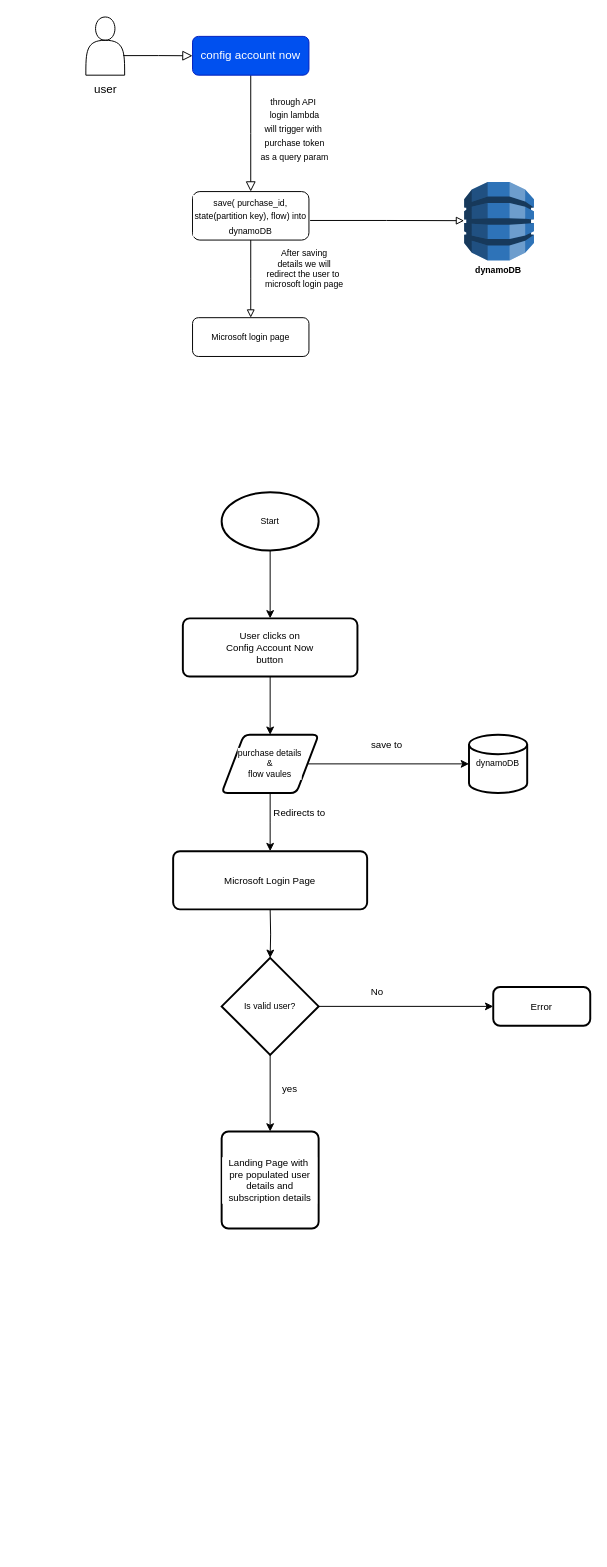
AmudalaGirish/github_to_lambda keeps this draw.io diagram as Untitled Diagram.drawio. Above is the earlier version. Source tidied: cells renumbered, new cells numbered last; positions are measured from the earlier drawing's top-left corner, leaving out a move shared by most shapes. Both pictures are drawn from the tidied source at 97%, with x=0, y=0 at pixel (81, 16).
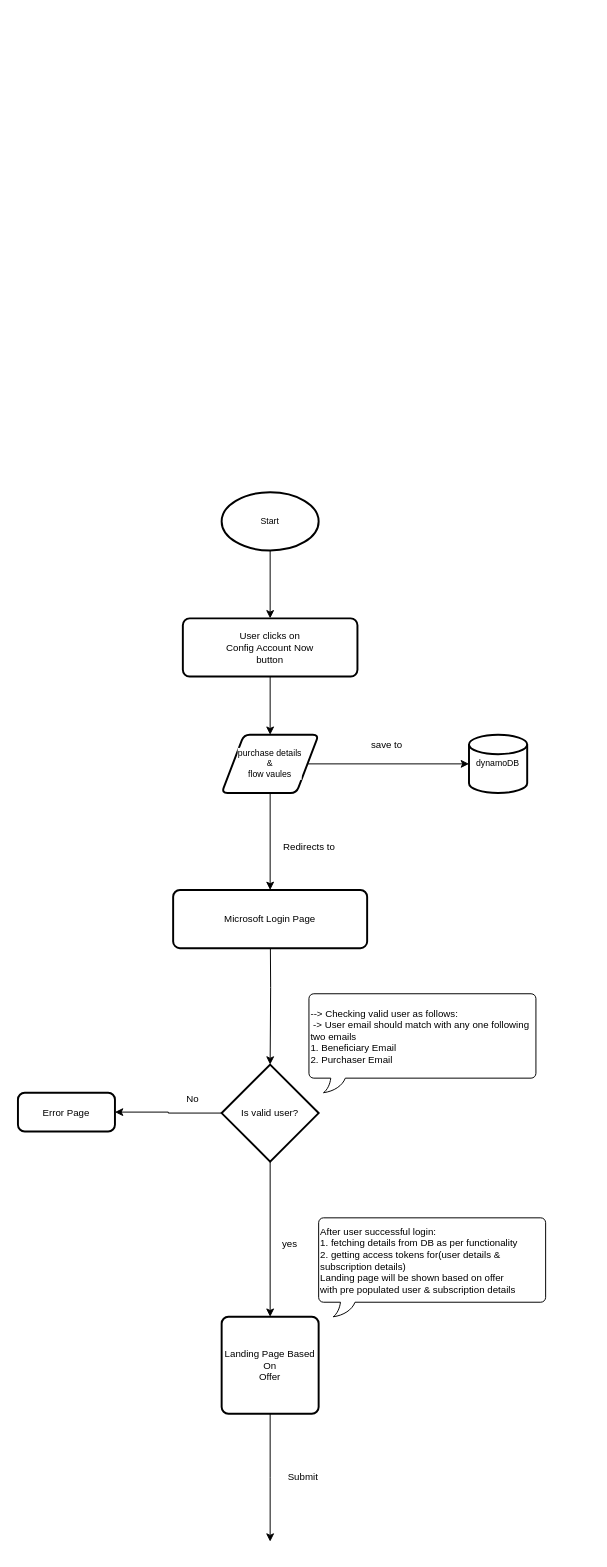
The same diagram, later.

The change refers to these unchanged cells:
```xml
<mxCell id="19" value="purchase details&lt;br&gt;&amp;amp;&lt;br&gt;flow vaules" style="shape=parallelogram;html=1;strokeWidth=2;perimeter=parallelogramPerimeter;whiteSpace=wrap;rounded=1;arcSize=12;size=0.23;labelBackgroundColor=#FFFFFF;fontSize=9;" parent="1" vertex="1">
  <mxGeometry x="145" y="740" width="100" height="60" as="geometry" />
</mxCell>
```

The edit, as a diff of the source:
```diff
@@
-    <mxCell id="2" style="rounded=0;html=1;jettySize=auto;fontSize=11;endArrow=block;endFill=0;endSize=8;strokeWidth=1;shadow=0;labelBackgroundColor=none;edgeStyle=orthogonalEdgeStyle;" parent="1" edge="1" source="3">
-      <mxGeometry relative="1" as="geometry">
-        <mxPoint x="175" y="180" as="targetPoint" />
-      </mxGeometry>
-    </mxCell>
-    <mxCell id="3" value="config account now" style="rounded=1;whiteSpace=wrap;html=1;fontSize=12;glass=0;strokeWidth=1;shadow=0;fillColor=#0050ef;strokeColor=#001DBC;fontColor=#ffffff;" parent="1" vertex="1">
-      <mxGeometry x="115" y="20" width="120" height="40" as="geometry" />
-    </mxCell>
-    <mxCell id="4" value="&lt;font style=&quot;font-size: 9px;&quot;&gt;through API&amp;nbsp;&lt;br&gt;login lambda&lt;br&gt;will trigger with&amp;nbsp;&lt;br&gt;purchase token&lt;br&gt;as a query param&lt;/font&gt;" style="text;html=1;align=center;verticalAlign=middle;strokeColor=none;fillColor=none;" parent="1" vertex="1">
-      <mxGeometry x="175" y="70" width="90" height="90" as="geometry" />
-    </mxCell>
-    <mxCell id="5" style="shape=actor;whiteSpace=wrap;html=1;labelBackgroundColor=#3333FF;" parent="1" vertex="1">
-      <mxGeometry x="5" width="40" height="60" as="geometry" />
-    </mxCell>
-    <mxCell id="6" value="user" style="text;html=1;align=center;verticalAlign=middle;strokeColor=none;fillColor=none;" parent="1" vertex="1">
-      <mxGeometry y="60" width="50" height="30" as="geometry" />
-    </mxCell>
-    <mxCell id="7" style="rounded=0;html=1;jettySize=auto;fontSize=11;endArrow=block;endFill=0;endSize=8;strokeWidth=1;shadow=0;labelBackgroundColor=none;edgeStyle=orthogonalEdgeStyle;exitX=0.964;exitY=0.664;exitDx=0;exitDy=0;exitPerimeter=0;" parent="1" edge="1" source="5">
-      <mxGeometry relative="1" as="geometry">
-        <mxPoint x="115" y="40" as="targetPoint" />
-      </mxGeometry>
-    </mxCell>
-    <mxCell id="8" value="&lt;font style=&quot;font-size: 9px;&quot;&gt;save( purchase_id, state(partition key), flow) into dynamoDB&lt;/font&gt;" style="rounded=1;whiteSpace=wrap;html=1;labelBackgroundColor=#FFFFFF;" parent="1" vertex="1">
-      <mxGeometry x="115" y="180" width="120" height="50" as="geometry" />
-    </mxCell>
-    <mxCell id="9" style="rounded=0;html=1;jettySize=auto;fontSize=11;endArrow=block;endFill=0;strokeWidth=1;shadow=0;labelBackgroundColor=none;edgeStyle=orthogonalEdgeStyle;exitX=1.01;exitY=0.596;exitDx=0;exitDy=0;exitPerimeter=0;" parent="1" edge="1" source="8">
-      <mxGeometry relative="1" as="geometry">
-        <mxPoint x="395" y="210" as="targetPoint" />
-      </mxGeometry>
-    </mxCell>
-    <mxCell id="10" style="dashed=0;verticalLabelPosition=bottom;verticalAlign=top;align=center;html=1;shape=mxgraph.aws3.dynamo_db;fillColor=#2E73B8;gradientColor=none;labelBackgroundColor=#FFFFFF;fontSize=7;" parent="1" vertex="1">
-      <mxGeometry x="395" y="170" width="72" height="81" as="geometry" />
-    </mxCell>
-    <mxCell id="11" style="rounded=0;html=1;jettySize=auto;fontSize=11;endArrow=block;endFill=0;strokeWidth=1;shadow=0;labelBackgroundColor=none;edgeStyle=orthogonalEdgeStyle;exitX=0.5;exitY=1;exitDx=0;exitDy=0;" parent="1" edge="1" source="8">
-      <mxGeometry relative="1" as="geometry">
-        <mxPoint x="175" y="310" as="targetPoint" />
-      </mxGeometry>
-    </mxCell>
-    <mxCell id="12" value="&lt;b&gt;dynamoDB&lt;/b&gt;" style="text;html=1;align=center;verticalAlign=middle;strokeColor=none;fillColor=none;fontSize=9;" parent="1" vertex="1">
-      <mxGeometry x="395" y="251" width="70" height="20" as="geometry" />
-    </mxCell>
-    <mxCell id="13" value="Microsoft login page" style="rounded=1;whiteSpace=wrap;html=1;labelBackgroundColor=#FFFFFF;fontSize=9;" parent="1" vertex="1">
-      <mxGeometry x="115" y="310" width="120" height="40" as="geometry" />
-    </mxCell>
-    <mxCell id="14" value="After saving&lt;br&gt;details we will&lt;br&gt;redirect the user to&amp;nbsp;&lt;br&gt;microsoft login page" style="text;html=1;align=center;verticalAlign=middle;strokeColor=none;fillColor=none;fontSize=9;" parent="1" vertex="1">
-      <mxGeometry x="180" y="230" width="100" height="60" as="geometry" />
-    </mxCell>
@@
-    <mxCell id="18" style="edgeStyle=orthogonalEdgeStyle;rounded=0;jettySize=auto;html=1;fontSize=9;" parent="1" edge="1" source="19">
-      <mxGeometry relative="1" as="geometry">
-        <mxPoint x="195" y="860" as="targetPoint" />
-      </mxGeometry>
+    <mxCell id="18" style="edgeStyle=orthogonalEdgeStyle;rounded=0;jettySize=auto;html=1;fontSize=9;entryX=0.5;entryY=0;entryDx=0;entryDy=0;" parent="1" edge="1" source="19" target="24">
+      <mxGeometry relative="1" as="geometry" />
     </mxCell>
@@
+    <mxCell id="29" style="edgeStyle=orthogonalEdgeStyle;rounded=0;jettySize=auto;html=1;fontSize=10;fontColor=#000000;" parent="1" edge="1" source="23" target="28">
+      <mxGeometry relative="1" as="geometry" />
+    </mxCell>
-    <mxCell id="23" value="Is valid user?" style="strokeWidth=2;html=1;shape=mxgraph.flowchart.decision;whiteSpace=wrap;labelBackgroundColor=#FFFFFF;fontSize=9;" parent="1" vertex="1">
-      <mxGeometry x="145" y="970" width="100" height="100" as="geometry" />
+    <mxCell id="23" value="&lt;font style=&quot;font-size: 10px;&quot;&gt;Is valid user?&lt;/font&gt;" style="strokeWidth=2;html=1;shape=mxgraph.flowchart.decision;whiteSpace=wrap;labelBackgroundColor=#FFFFFF;fontSize=9;" parent="1" vertex="1">
+      <mxGeometry x="145" y="1080" width="100" height="100" as="geometry" />
     </mxCell>
     <mxCell id="24" value="Microsoft Login Page" style="rounded=1;whiteSpace=wrap;html=1;absoluteArcSize=1;arcSize=14;strokeWidth=2;labelBackgroundColor=#FFFFFF;fontSize=10;" parent="1" vertex="1">
-      <mxGeometry x="95" y="860" width="200" height="60" as="geometry" />
+      <mxGeometry x="95" y="900" width="200" height="60" as="geometry" />
     </mxCell>
-    <mxCell id="25" value="Landing Page with&amp;nbsp;&lt;br&gt;pre populated user details and subscription details" style="rounded=1;whiteSpace=wrap;html=1;absoluteArcSize=1;arcSize=14;strokeWidth=2;labelBackgroundColor=#FFFFFF;fontSize=10;" parent="1" vertex="1">
-      <mxGeometry x="145" y="1149" width="100" height="100" as="geometry" />
+    <mxCell id="25" value="Landing Page Based&lt;br&gt;On&lt;br&gt;Offer" style="rounded=1;whiteSpace=wrap;html=1;absoluteArcSize=1;arcSize=14;strokeWidth=2;labelBackgroundColor=#FFFFFF;fontSize=10;" parent="1" vertex="1">
+      <mxGeometry x="145" y="1340" width="100" height="100" as="geometry" />
     </mxCell>
     <mxCell id="26" value="Redirects to" style="text;html=1;align=center;verticalAlign=middle;strokeColor=none;fillColor=none;fontSize=10;" parent="1" vertex="1">
-      <mxGeometry x="185" y="805" width="80" height="30" as="geometry" />
+      <mxGeometry x="195" y="840" width="80" height="30" as="geometry" />
     </mxCell>
@@
-    <mxCell id="28" value="Error" style="rounded=1;whiteSpace=wrap;html=1;absoluteArcSize=1;arcSize=14;strokeWidth=2;labelBackgroundColor=#FFFFFF;fontSize=10;" parent="1" vertex="1">
-      <mxGeometry x="425" y="1000" width="100" height="40" as="geometry" />
+    <mxCell id="28" value="Error Page" style="rounded=1;whiteSpace=wrap;html=1;absoluteArcSize=1;arcSize=14;strokeWidth=2;labelBackgroundColor=#FFFFFF;fontSize=10;" parent="1" vertex="1">
+      <mxGeometry x="-65" y="1109" width="100" height="40" as="geometry" />
     </mxCell>
-    <mxCell id="29" style="edgeStyle=orthogonalEdgeStyle;rounded=0;jettySize=auto;html=1;fontSize=10;exitX=1;exitY=0.5;exitDx=0;exitDy=0;exitPerimeter=0;entryX=0;entryY=0.5;entryDx=0;entryDy=0;" parent="1" edge="1" source="23" target="28">
-      <mxGeometry relative="1" as="geometry" />
-    </mxCell>
     <mxCell id="30" value="No" style="text;html=1;align=center;verticalAlign=middle;strokeColor=none;fillColor=none;fontSize=10;" parent="1" vertex="1">
-      <mxGeometry x="285" y="990" width="40" height="30" as="geometry" />
+      <mxGeometry x="95" y="1100" width="40" height="30" as="geometry" />
     </mxCell>
     <mxCell id="31" value="yes" style="text;html=1;align=center;verticalAlign=middle;strokeColor=none;fillColor=none;fontSize=10;" parent="1" vertex="1">
-      <mxGeometry x="195" y="1090" width="40" height="30" as="geometry" />
+      <mxGeometry x="195" y="1250" width="40" height="30" as="geometry" />
     </mxCell>
@@
+    <mxCell id="34" value="--&amp;gt; Checking valid user as follows:&lt;br&gt;&amp;nbsp;-&amp;gt; User email should match with any one following two emails&lt;br&gt;1. Beneficiary Email&lt;br&gt;2. Purchaser Email" style="whiteSpace=wrap;html=1;shape=mxgraph.basic.roundRectCallout;dx=30;dy=15;size=5;boundedLbl=1;fontSize=10;align=left;strokeWidth=1;" parent="1" vertex="1">
+      <mxGeometry x="235" y="1007" width="234" height="102" as="geometry" />
+    </mxCell>
+    <mxCell id="35" value="After user successful login:&lt;br&gt;1. fetching details from DB as per functionality&lt;br&gt;2. getting access tokens for(user details &amp;amp; subscription details)&lt;br&gt;Landing page will be shown based on offer&lt;br&gt;with pre populated user &amp;amp; subscription details" style="whiteSpace=wrap;html=1;shape=mxgraph.basic.roundRectCallout;dx=30;dy=15;size=5;boundedLbl=1;fontSize=10;align=left;strokeWidth=1;" parent="1" vertex="1">
+      <mxGeometry x="245" y="1238" width="234" height="102" as="geometry" />
+    </mxCell>
+    <mxCell id="36" style="edgeStyle=orthogonalEdgeStyle;rounded=0;jettySize=auto;html=1;fontSize=10;exitX=0.5;exitY=1;exitDx=0;exitDy=0;" parent="1" edge="1" source="25">
+      <mxGeometry relative="1" as="geometry">
+        <mxPoint x="195" y="1571.8" as="targetPoint" />
+      </mxGeometry>
+    </mxCell>
+    <mxCell id="37" value="Submit&amp;nbsp;" style="text;html=1;align=center;verticalAlign=middle;strokeColor=none;fillColor=none;fontSize=10;fontColor=#000000;" parent="1" vertex="1">
+      <mxGeometry x="200" y="1490" width="60" height="30" as="geometry" />
+    </mxCell>
```
